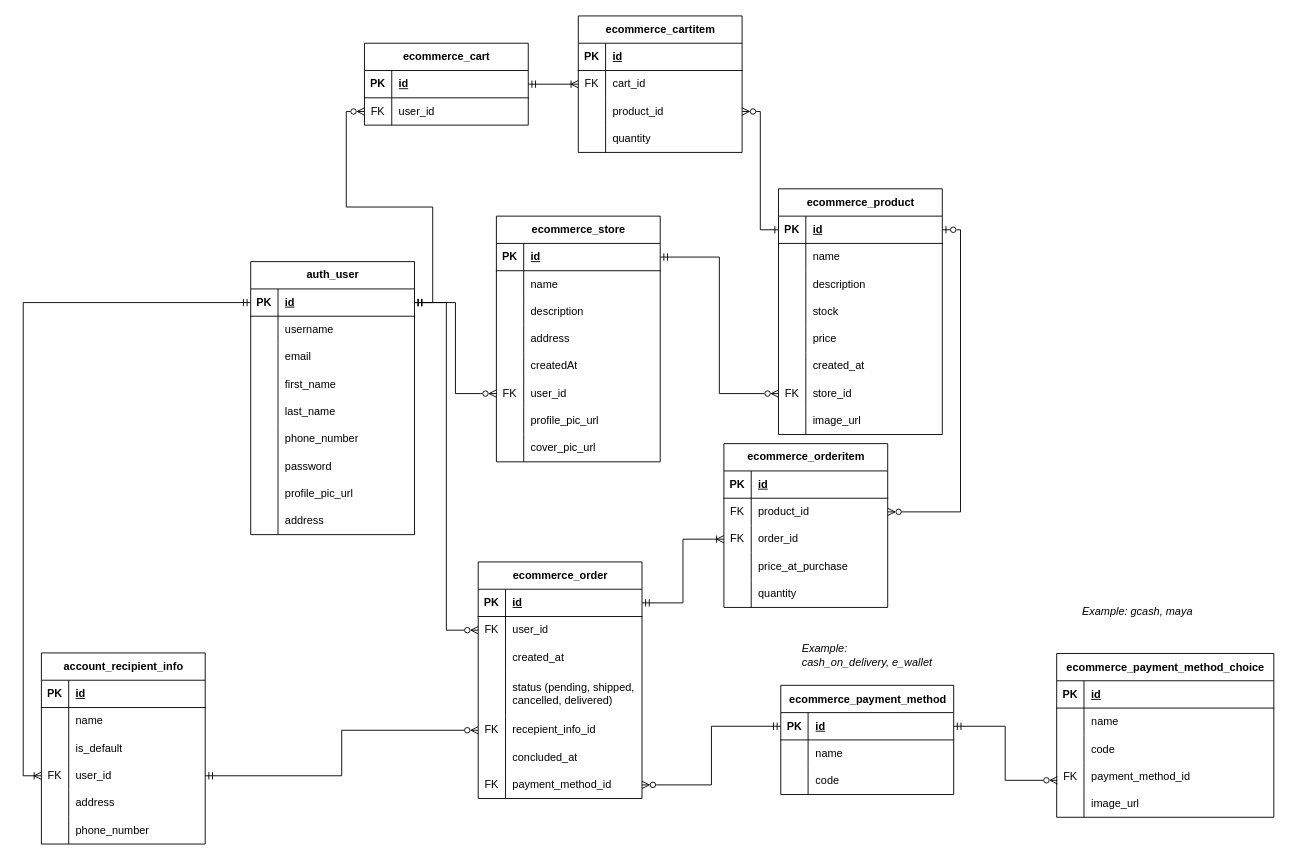
Earlier version of the draw.io diagram page "All (INC)" (1 of 3) of E-Commerce API ERD.drawio (RHILIUS/drawio). Source tidied: cells renumbered, new cells numbered last; positions are measured from the earlier drawing's top-left corner, leaving out a move shared by most shapes. Both pictures are drawn from the tidied source at 91%, with x=0, y=0 at pixel (41, 15).
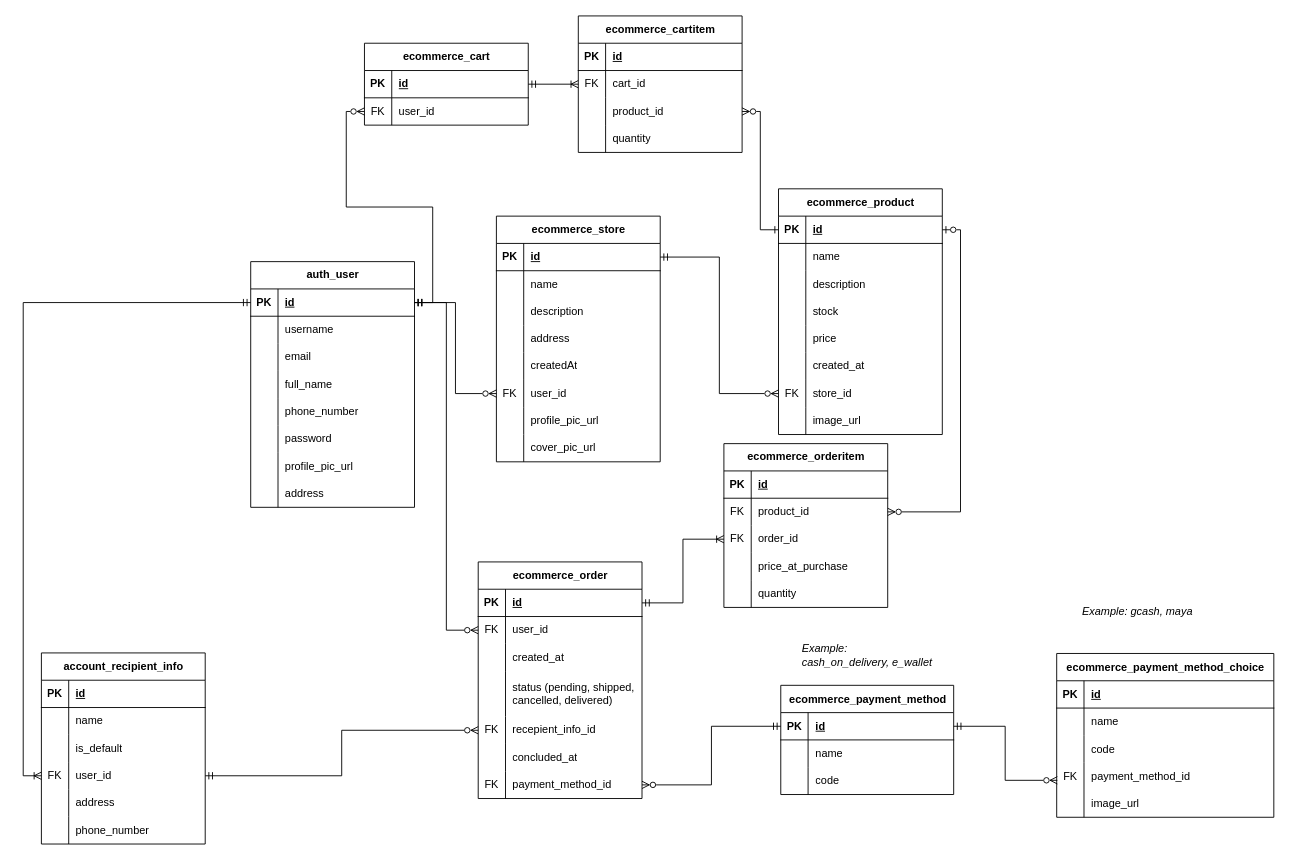
Above is the later version.

Commit message (it also covers changes not shown here):
feat: combined first_name and last_name fields to be full_name on user table

Unchanged cells that the change refers to:
```xml
<mxCell id="44" style="shape=tableRow;horizontal=0;startSize=0;swimlaneHead=0;swimlaneBody=0;fillColor=none;top=0;left=0;right=0;bottom=0;" parent="34" vertex="1">
  <mxGeometry y="120" width="180" height="30" as="geometry" />
</mxCell>
```

The edit, as a diff of the source:
```diff
@@
     <mxCell id="34" value="auth_user" style="shape=table;startSize=30;childLayout=tableLayout;rowLines=0;fontStyle=1;align=center;html=1;" parent="1" vertex="1">
-      <mxGeometry x="230" y="270" width="180" height="300" as="geometry" />
+      <mxGeometry x="230" y="270" width="180" height="270" as="geometry" />
     </mxCell>
@@
-    <mxCell id="46" value="first_name" style="shape=partialRectangle;fillColor=none;top=0;left=0;bottom=0;right=0;align=left;spacingLeft=6;overflow=hidden;whiteSpace=wrap;html=1;" parent="44" vertex="1">
+    <mxCell id="46" value="full_name" style="shape=partialRectangle;fillColor=none;top=0;left=0;bottom=0;right=0;align=left;spacingLeft=6;overflow=hidden;whiteSpace=wrap;html=1;" parent="44" vertex="1">
       <mxGeometry x="30" width="150" height="30" as="geometry" />
     </mxCell>
-    <mxCell id="47" style="shape=tableRow;horizontal=0;startSize=0;swimlaneHead=0;swimlaneBody=0;fillColor=none;top=0;left=0;right=0;bottom=0;" parent="34" vertex="1">
-      <mxGeometry y="150" width="180" height="30" as="geometry" />
-    </mxCell>
-    <mxCell id="48" style="shape=partialRectangle;fillColor=none;top=0;left=0;bottom=0;right=0;overflow=hidden;whiteSpace=wrap;html=1;" parent="47" vertex="1">
-      <mxGeometry width="30" height="30" as="geometry" />
-    </mxCell>
-    <mxCell id="49" value="last_name" style="shape=partialRectangle;fillColor=none;top=0;left=0;bottom=0;right=0;align=left;spacingLeft=6;overflow=hidden;whiteSpace=wrap;html=1;" parent="47" vertex="1">
-      <mxGeometry x="30" width="150" height="30" as="geometry" />
-    </mxCell>
     <mxCell id="50" style="shape=tableRow;horizontal=0;startSize=0;swimlaneHead=0;swimlaneBody=0;fillColor=none;top=0;left=0;right=0;bottom=0;" parent="34" vertex="1">
-      <mxGeometry y="180" width="180" height="30" as="geometry" />
+      <mxGeometry y="150" width="180" height="30" as="geometry" />
     </mxCell>
@@
     <mxCell id="53" style="shape=tableRow;horizontal=0;startSize=0;swimlaneHead=0;swimlaneBody=0;fillColor=none;top=0;left=0;right=0;bottom=0;" parent="34" vertex="1">
-      <mxGeometry y="210" width="180" height="30" as="geometry" />
+      <mxGeometry y="180" width="180" height="30" as="geometry" />
     </mxCell>
@@
     <mxCell id="56" style="shape=tableRow;horizontal=0;startSize=0;swimlaneHead=0;swimlaneBody=0;fillColor=none;top=0;left=0;right=0;bottom=0;" parent="34" vertex="1">
-      <mxGeometry y="240" width="180" height="30" as="geometry" />
+      <mxGeometry y="210" width="180" height="30" as="geometry" />
     </mxCell>
@@
     <mxCell id="59" style="shape=tableRow;horizontal=0;startSize=0;swimlaneHead=0;swimlaneBody=0;fillColor=none;top=0;left=0;right=0;bottom=0;" parent="34" vertex="1">
-      <mxGeometry y="270" width="180" height="30" as="geometry" />
+      <mxGeometry y="240" width="180" height="30" as="geometry" />
     </mxCell>
```
